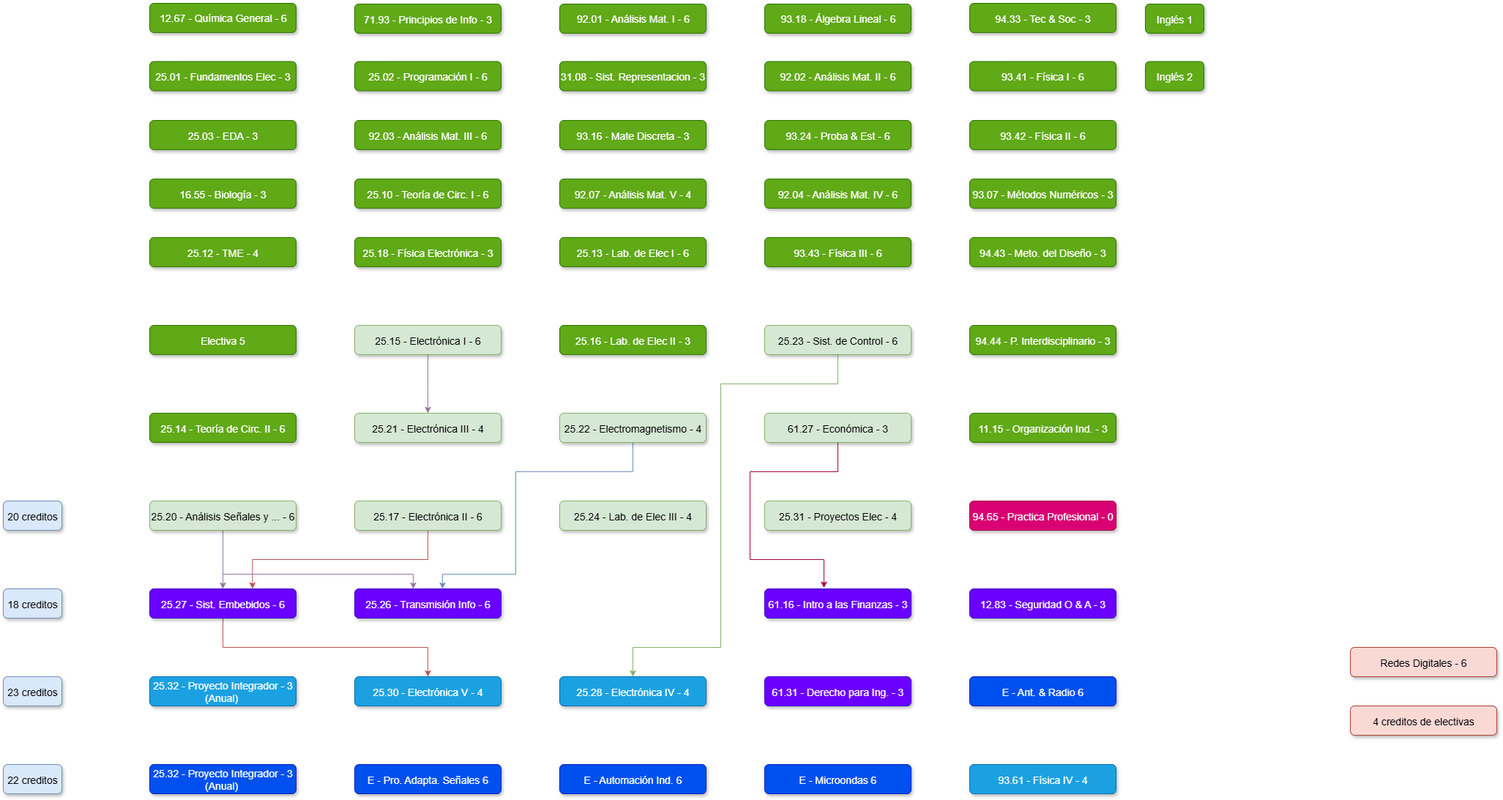
Before: K22.drawio.png, a diagram exported from draw.io (juanipla/K22). Source tidied: cells renumbered, new cells last; positions are measured from the earlier drawing's top-left corner, leaving out a move shared by most shapes.
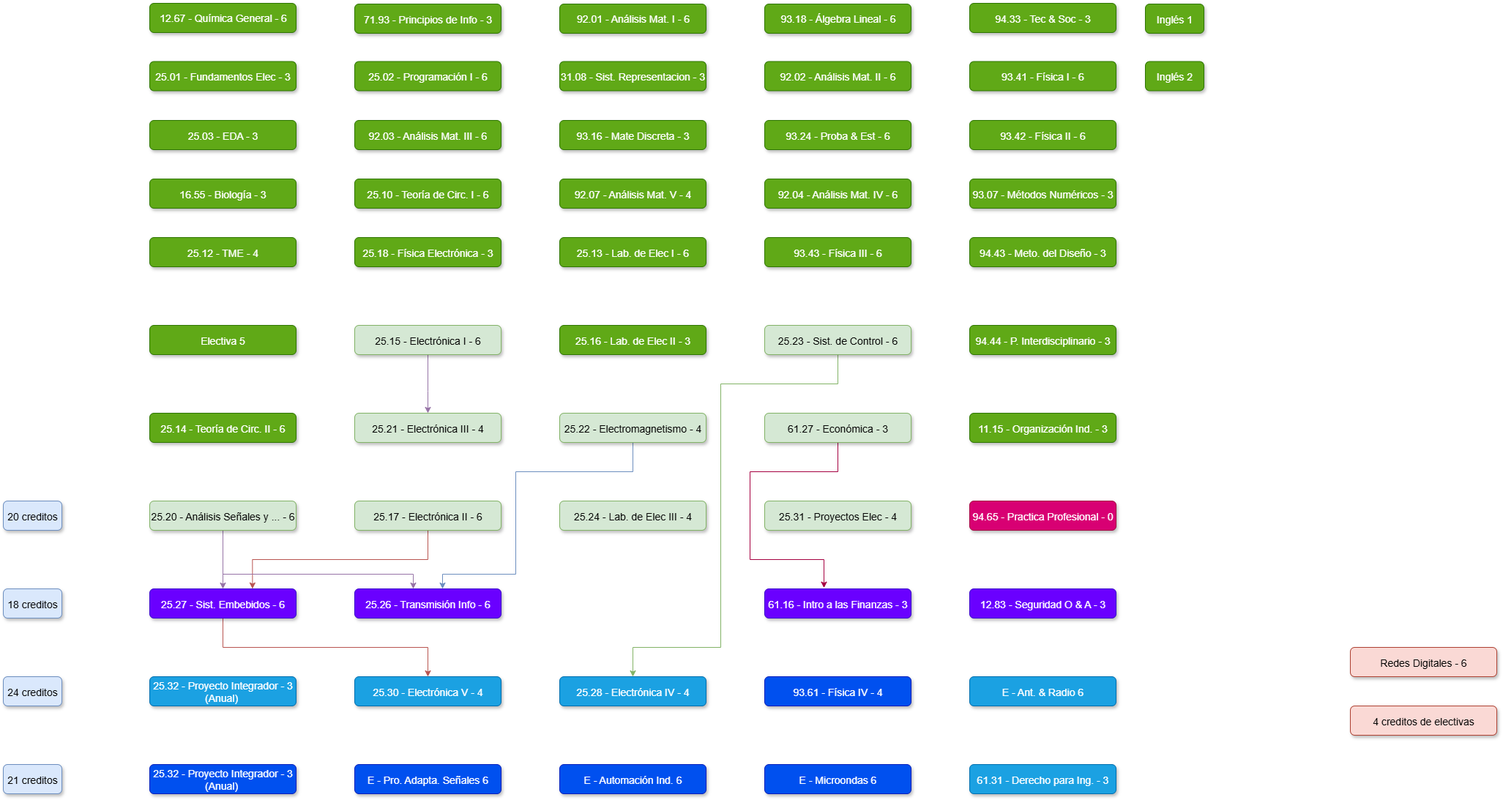
Later version of the same file.

What changed in the source:
```diff
@@ -32,8 +32,8 @@
     <mxCell id="11" value="92.07 - Análisis Mat. V - 4" style="rounded=1;fillColor=#60a917;strokeColor=#2D7600;shadow=1;fontStyle=0;fontSize=14;labelBorderColor=none;labelBackgroundColor=none;verticalAlign=middle;fontColor=#ffffff;" parent="1" vertex="1">
       <mxGeometry x="760" y="240" width="200" height="40" as="geometry" />
     </mxCell>
-    <mxCell id="12" value="93.61 - Física IV - 4" style="rounded=1;fillColor=#1ba1e2;strokeColor=#006EAF;shadow=1;fontStyle=0;fontSize=14;labelBorderColor=none;labelBackgroundColor=none;verticalAlign=middle;fontColor=#ffffff;" parent="1" vertex="1">
-      <mxGeometry x="1320" y="1040" width="200" height="40" as="geometry" />
+    <mxCell id="12" value="93.61 - Física IV - 4" style="rounded=1;fillColor=#0050ef;strokeColor=#001DBC;shadow=1;fontStyle=0;fontSize=14;labelBorderColor=none;labelBackgroundColor=none;verticalAlign=middle;fontColor=#ffffff;" parent="1" vertex="1">
+      <mxGeometry x="1040" y="920" width="200" height="40" as="geometry" />
     </mxCell>
     <mxCell id="13" value="94.43 - Meto. del Diseño - 3" style="rounded=1;fillColor=#60a917;strokeColor=#2D7600;shadow=1;fontStyle=0;fontSize=14;labelBorderColor=none;labelBackgroundColor=none;verticalAlign=middle;fontColor=#ffffff;" parent="1" vertex="1">
       <mxGeometry x="1320" y="320" width="200" height="40" as="geometry" />
@@ -173,8 +173,8 @@
     <mxCell id="44" value="61.16 - Intro a las Finanzas - 3" style="rounded=1;fillColor=#6a00ff;strokeColor=#3700CC;shadow=1;fontStyle=0;fontSize=14;labelBorderColor=none;labelBackgroundColor=none;verticalAlign=middle;fontColor=#ffffff;" parent="1" vertex="1">
       <mxGeometry x="1040" y="800" width="200" height="40" as="geometry" />
     </mxCell>
-    <mxCell id="45" value="61.31 - Derecho para Ing. - 3" style="rounded=1;fillColor=#6a00ff;strokeColor=#3700CC;shadow=1;fontStyle=0;fontSize=14;labelBorderColor=none;labelBackgroundColor=none;fontColor=#ffffff;" parent="1" vertex="1">
-      <mxGeometry x="1040" y="920" width="200" height="40" as="geometry" />
+    <mxCell id="45" value="61.31 - Derecho para Ing. - 3" style="rounded=1;fillColor=#1ba1e2;strokeColor=#006EAF;shadow=1;fontStyle=0;fontSize=14;labelBorderColor=none;labelBackgroundColor=none;fontColor=#ffffff;" parent="1" vertex="1">
+      <mxGeometry x="1320" y="1040" width="200" height="40" as="geometry" />
     </mxCell>
     <mxCell id="46" value="25.32 - Proyecto Integrador - 3&#10;(Anual) " style="rounded=1;fillColor=#0050ef;strokeColor=#001DBC;shadow=1;fontStyle=0;fontSize=14;labelBorderColor=none;labelBackgroundColor=none;fontColor=#ffffff;" parent="1" vertex="1">
       <mxGeometry x="200" y="1040" width="200" height="40" as="geometry" />
@@ -230,7 +230,7 @@
     <mxCell id="63" value="Inglés 1" style="rounded=1;fillColor=#60a917;strokeColor=#2D7600;shadow=1;fontStyle=0;fontSize=14;labelBorderColor=none;labelBackgroundColor=none;verticalAlign=middle;fontColor=#ffffff;" parent="1" vertex="1">
       <mxGeometry x="1560" y="1" width="80" height="40" as="geometry" />
     </mxCell>
-    <mxCell id="64" value="E - Ant. &amp; Radio 6" style="rounded=1;fillColor=#0050ef;strokeColor=#001DBC;shadow=1;fontStyle=0;fontSize=14;labelBorderColor=none;labelBackgroundColor=none;verticalAlign=middle;fontColor=#ffffff;" parent="1" vertex="1">
+    <mxCell id="64" value="E - Ant. &amp; Radio 6" style="rounded=1;fillColor=#1ba1e2;strokeColor=#006EAF;shadow=1;fontStyle=0;fontSize=14;labelBorderColor=none;labelBackgroundColor=none;verticalAlign=middle;fontColor=#ffffff;" parent="1" vertex="1">
       <mxGeometry x="1320" y="920" width="200" height="40" as="geometry" />
     </mxCell>
     <mxCell id="65" value="E - Microondas 6" style="rounded=1;fillColor=#0050ef;strokeColor=#001DBC;shadow=1;fontStyle=0;fontSize=14;labelBorderColor=none;labelBackgroundColor=none;verticalAlign=middle;fontColor=#ffffff;" parent="1" vertex="1">
@@ -239,10 +239,10 @@
     <mxCell id="66" value="18 creditos" style="rounded=1;fillColor=#dae8fc;strokeColor=#6c8ebf;shadow=1;fontStyle=0;fontSize=14;labelBorderColor=none;labelBackgroundColor=none;verticalAlign=middle;" parent="1" vertex="1">
       <mxGeometry y="800" width="80" height="40" as="geometry" />
     </mxCell>
-    <mxCell id="67" value="23 creditos" style="rounded=1;fillColor=#dae8fc;strokeColor=#6c8ebf;shadow=1;fontStyle=0;fontSize=14;labelBorderColor=none;labelBackgroundColor=none;verticalAlign=middle;" parent="1" vertex="1">
+    <mxCell id="67" value="24 creditos" style="rounded=1;fillColor=#dae8fc;strokeColor=#6c8ebf;shadow=1;fontStyle=0;fontSize=14;labelBorderColor=none;labelBackgroundColor=none;verticalAlign=middle;" parent="1" vertex="1">
       <mxGeometry y="920" width="80" height="40" as="geometry" />
     </mxCell>
-    <mxCell id="68" value="22 creditos" style="rounded=1;fillColor=#dae8fc;strokeColor=#6c8ebf;shadow=1;fontStyle=0;fontSize=14;labelBorderColor=none;labelBackgroundColor=none;verticalAlign=middle;" parent="1" vertex="1">
+    <mxCell id="68" value="21 creditos" style="rounded=1;fillColor=#dae8fc;strokeColor=#6c8ebf;shadow=1;fontStyle=0;fontSize=14;labelBorderColor=none;labelBackgroundColor=none;verticalAlign=middle;" parent="1" vertex="1">
       <mxGeometry y="1040" width="80" height="40" as="geometry" />
     </mxCell>
     <mxCell id="69" value="Redes Digitales - 6" style="rounded=1;fillColor=#fad9d5;strokeColor=#ae4132;shadow=1;fontStyle=0;fontSize=14;labelBorderColor=none;labelBackgroundColor=none;verticalAlign=middle;" parent="1" vertex="1">
```
